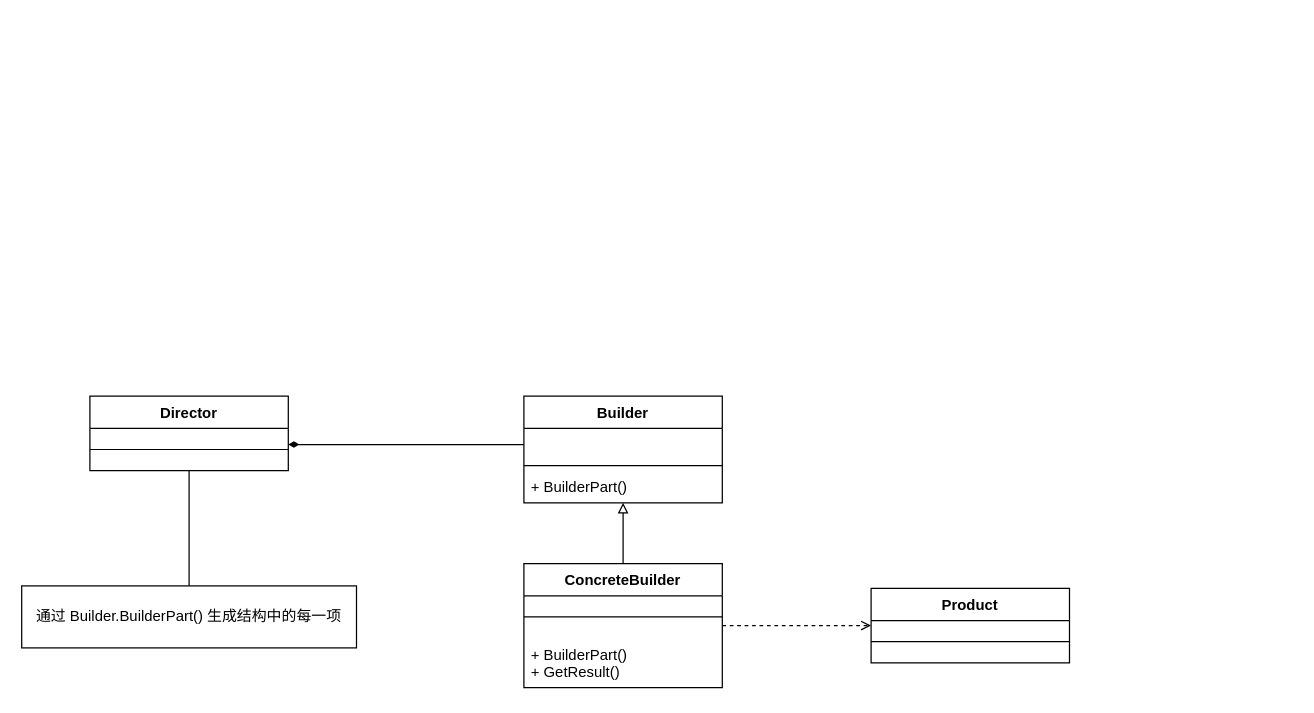
The draw.io diagram 设计模式/建造者模式（Builder）.drawio in Fuku-L/draw-io-repo, before the edit. Source tidied: cells renumbered, new cells numbered last; positions are measured from the earlier drawing's top-left corner, leaving out a move shared by most shapes. Both pictures are drawn from the tidied source at 124%, with x=0, y=0 at pixel (21, 396).
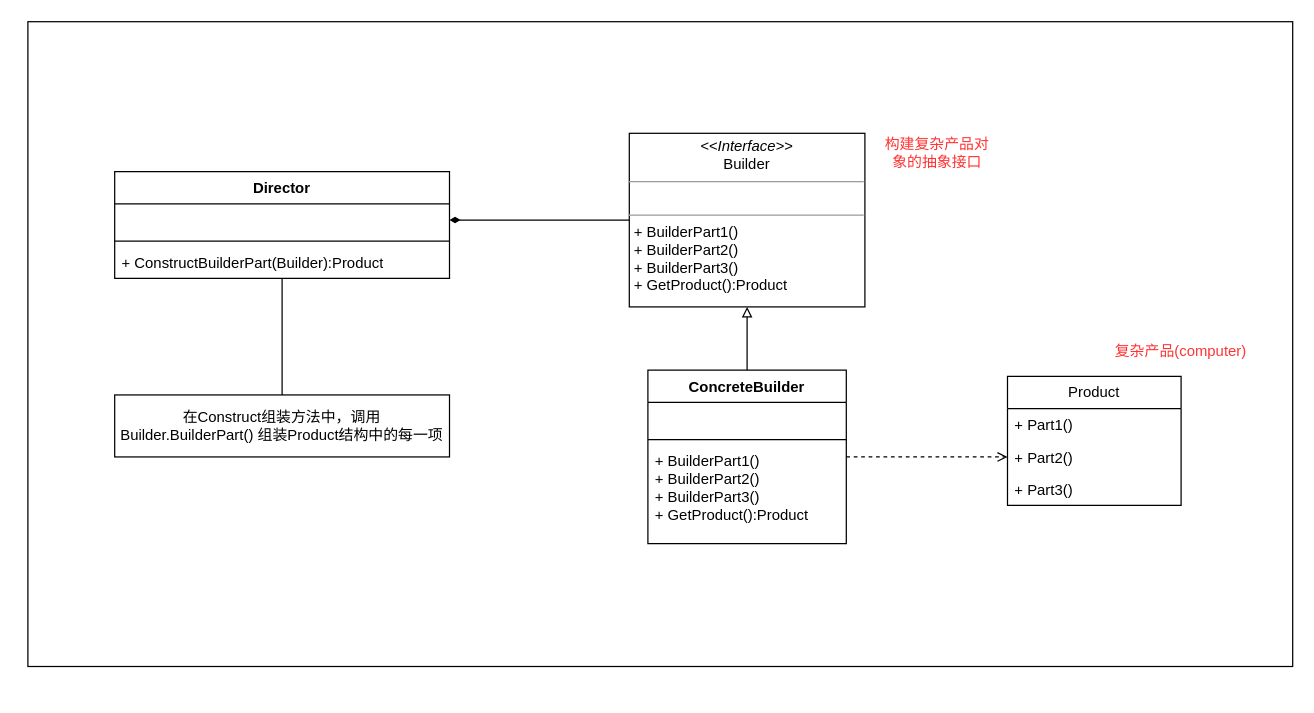
The same diagram, later.

Commit message:
更新建造者模式（Builder）.drawio

Diff of the diagram source:
```diff
@@
+    <mxCell id="18" style="rounded=0;whiteSpace=wrap;html=1;" parent="1" vertex="1">
+      <mxGeometry x="5" y="-302" width="1020" height="520" as="geometry" />
+    </mxCell>
-    <mxCell id="2" style="edgeStyle=orthogonalEdgeStyle;rounded=0;jettySize=auto;html=1;endArrow=none;endFill=0;startArrow=block;startFill=0;" parent="1" edge="1" source="3" target="8">
+    <mxCell id="2" style="edgeStyle=orthogonalEdgeStyle;rounded=0;jettySize=auto;html=1;endArrow=none;endFill=0;startArrow=block;startFill=0;exitX=0.5;exitY=1;exitDx=0;exitDy=0;" parent="1" edge="1" source="22" target="8">
       <mxGeometry relative="1" as="geometry" />
     </mxCell>
-    <mxCell id="3" value="Builder" style="swimlane;fontStyle=1;align=center;verticalAlign=top;horizontal=1;startSize=26;whiteSpace=wrap;html=1;" parent="1" vertex="1">
-      <mxGeometry x="405" width="160" height="86" as="geometry" />
-    </mxCell>
+    <mxCell id="7" style="edgeStyle=orthogonalEdgeStyle;rounded=0;jettySize=auto;html=1;dashed=1;endArrow=open;endFill=0;exitX=1;exitY=0.5;exitDx=0;exitDy=0;" parent="1" edge="1" source="8" target="25">
+      <mxGeometry relative="1" as="geometry" />
+    </mxCell>
+    <mxCell id="16" value="在Construct组装方法中，调用 Builder.BuilderPart() 组装Product结构中的每一项" style="html=1;whiteSpace=wrap;" parent="1" vertex="1">
+      <mxGeometry x="75" y="-1" width="270" height="50" as="geometry" />
+    </mxCell>
+    <mxCell id="17" style="edgeStyle=orthogonalEdgeStyle;rounded=0;jettySize=auto;html=1;exitX=0;exitY=0.5;exitDx=0;exitDy=0;entryX=1;entryY=0.5;entryDx=0;entryDy=0;endArrow=diamondThin;endFill=1;" parent="1" edge="1" source="22" target="19">
+      <mxGeometry relative="1" as="geometry" />
+    </mxCell>
+    <mxCell id="13" style="edgeStyle=orthogonalEdgeStyle;rounded=0;jettySize=auto;html=1;entryX=0.5;entryY=0;entryDx=0;entryDy=0;endArrow=none;endFill=0;" parent="1" edge="1" source="14" target="16">
+      <mxGeometry relative="1" as="geometry" />
+    </mxCell>
+    <mxCell id="14" value="Director" style="swimlane;fontStyle=1;align=center;verticalAlign=top;horizontal=1;startSize=26;whiteSpace=wrap;html=1;" parent="1" vertex="1">
+      <mxGeometry x="75" y="-181" width="270" height="86" as="geometry" />
+    </mxCell>
+    <mxCell id="19" value="&amp;nbsp;" style="text;strokeColor=none;fillColor=none;align=left;verticalAlign=top;spacingLeft=4;spacingRight=4;overflow=hidden;points=[[0,0.5],[1,0.5]];portConstraint=eastwest;whiteSpace=wrap;html=1;" parent="14" vertex="1">
+      <mxGeometry y="26" width="270" height="26" as="geometry" />
+    </mxCell>
+    <mxCell id="20" style="line;strokeWidth=1;fillColor=none;align=left;verticalAlign=middle;spacingTop=-1;spacingLeft=3;spacingRight=3;labelPosition=right;strokeColor=inherit;" parent="14" vertex="1">
+      <mxGeometry y="52" width="270" height="8" as="geometry" />
+    </mxCell>
+    <mxCell id="21" value="+ ConstructBuilderPart(Builder):Product" style="text;strokeColor=none;fillColor=none;align=left;verticalAlign=top;spacingLeft=4;spacingRight=4;overflow=hidden;whiteSpace=wrap;html=1;" parent="14" vertex="1">
+      <mxGeometry y="60" width="270" height="26" as="geometry" />
+    </mxCell>
+    <mxCell id="22" value="&lt;p style=&quot;margin:0px;margin-top:4px;text-align:center;&quot;&gt;&lt;i&gt;&amp;lt;&amp;lt;Interface&amp;gt;&amp;gt;&lt;/i&gt;&lt;br&gt;Builder&lt;br&gt;&lt;/p&gt;&lt;hr size=&quot;1&quot;&gt;&lt;p style=&quot;margin:0px;margin-left:4px;&quot;&gt;&amp;nbsp;&lt;/p&gt;&lt;hr size=&quot;1&quot;&gt;&lt;p style=&quot;margin:0px;margin-left:4px;&quot;&gt;+ BuilderPart1()&lt;br style=&quot;--tw-border-spacing-x: 0; --tw-border-spacing-y: 0; --tw-translate-x: 0; --tw-translate-y: 0; --tw-rotate: 0; --tw-skew-x: 0; --tw-skew-y: 0; --tw-scale-x: 1; --tw-scale-y: 1; --tw-pan-x: ; --tw-pan-y: ; --tw-pinch-zoom: ; --tw-scroll-snap-strictness: proximity; --tw-ordinal: ; --tw-slashed-zero: ; --tw-numeric-figure: ; --tw-numeric-spacing: ; --tw-numeric-fraction: ; --tw-ring-inset: ; --tw-ring-offset-width: 0px; --tw-ring-offset-color: #fff; --tw-ring-color: rgb(59 130 246 / 0.5); --tw-ring-offset-shadow: 0 0 #0000; --tw-ring-shadow: 0 0 #0000; --tw-shadow: 0 0 #0000; --tw-shadow-colored: 0 0 #0000; --tw-blur: ; --tw-brightness: ; --tw-contrast: ; --tw-grayscale: ; --tw-hue-rotate: ; --tw-invert: ; --tw-saturate: ; --tw-sepia: ; --tw-drop-shadow: ; --tw-backdrop-blur: ; --tw-backdrop-brightness: ; --tw-backdrop-contrast: ; --tw-backdrop-grayscale: ; --tw-backdrop-hue-rotate: ; --tw-backdrop-invert: ; --tw-backdrop-opacity: ; --tw-backdrop-saturate: ; --tw-backdrop-sepia: ; border-color: var(--border-color);&quot;&gt;+ BuilderPart2()&lt;br style=&quot;--tw-border-spacing-x: 0; --tw-border-spacing-y: 0; --tw-translate-x: 0; --tw-translate-y: 0; --tw-rotate: 0; --tw-skew-x: 0; --tw-skew-y: 0; --tw-scale-x: 1; --tw-scale-y: 1; --tw-pan-x: ; --tw-pan-y: ; --tw-pinch-zoom: ; --tw-scroll-snap-strictness: proximity; --tw-ordinal: ; --tw-slashed-zero: ; --tw-numeric-figure: ; --tw-numeric-spacing: ; --tw-numeric-fraction: ; --tw-ring-inset: ; --tw-ring-offset-width: 0px; --tw-ring-offset-color: #fff; --tw-ring-color: rgb(59 130 246 / 0.5); --tw-ring-offset-shadow: 0 0 #0000; --tw-ring-shadow: 0 0 #0000; --tw-shadow: 0 0 #0000; --tw-shadow-colored: 0 0 #0000; --tw-blur: ; --tw-brightness: ; --tw-contrast: ; --tw-grayscale: ; --tw-hue-rotate: ; --tw-invert: ; --tw-saturate: ; --tw-sepia: ; --tw-drop-shadow: ; --tw-backdrop-blur: ; --tw-backdrop-brightness: ; --tw-backdrop-contrast: ; --tw-backdrop-grayscale: ; --tw-backdrop-hue-rotate: ; --tw-backdrop-invert: ; --tw-backdrop-opacity: ; --tw-backdrop-saturate: ; --tw-backdrop-sepia: ; border-color: var(--border-color);&quot;&gt;+ BuilderPart3()&lt;br style=&quot;--tw-border-spacing-x: 0; --tw-border-spacing-y: 0; --tw-translate-x: 0; --tw-translate-y: 0; --tw-rotate: 0; --tw-skew-x: 0; --tw-skew-y: 0; --tw-scale-x: 1; --tw-scale-y: 1; --tw-pan-x: ; --tw-pan-y: ; --tw-pinch-zoom: ; --tw-scroll-snap-strictness: proximity; --tw-ordinal: ; --tw-slashed-zero: ; --tw-numeric-figure: ; --tw-numeric-spacing: ; --tw-numeric-fraction: ; --tw-ring-inset: ; --tw-ring-offset-width: 0px; --tw-ring-offset-color: #fff; --tw-ring-color: rgb(59 130 246 / 0.5); --tw-ring-offset-shadow: 0 0 #0000; --tw-ring-shadow: 0 0 #0000; --tw-shadow: 0 0 #0000; --tw-shadow-colored: 0 0 #0000; --tw-blur: ; --tw-brightness: ; --tw-contrast: ; --tw-grayscale: ; --tw-hue-rotate: ; --tw-invert: ; --tw-saturate: ; --tw-sepia: ; --tw-drop-shadow: ; --tw-backdrop-blur: ; --tw-backdrop-brightness: ; --tw-backdrop-contrast: ; --tw-backdrop-grayscale: ; --tw-backdrop-hue-rotate: ; --tw-backdrop-invert: ; --tw-backdrop-opacity: ; --tw-backdrop-saturate: ; --tw-backdrop-sepia: ; border-color: var(--border-color);&quot;&gt;+ GetProduct():Product&lt;br&gt;&lt;/p&gt;" style="verticalAlign=top;align=left;overflow=fill;fontSize=12;fontFamily=Helvetica;html=1;whiteSpace=wrap;" parent="1" vertex="1">
+      <mxGeometry x="490" y="-212" width="190" height="140" as="geometry" />
+    </mxCell>
+    <mxCell id="8" value="ConcreteBuilder" style="swimlane;fontStyle=1;align=center;verticalAlign=top;horizontal=1;startSize=26;whiteSpace=wrap;html=1;" parent="1" vertex="1">
+      <mxGeometry x="505" y="-21" width="160" height="140" as="geometry" />
+    </mxCell>
-    <mxCell id="4" value="&amp;nbsp;" style="text;strokeColor=none;fillColor=none;align=left;verticalAlign=top;spacingLeft=4;spacingRight=4;overflow=hidden;points=[[0,0.5],[1,0.5]];portConstraint=eastwest;whiteSpace=wrap;html=1;" parent="3" vertex="1">
+    <mxCell id="4" value="&amp;nbsp;" style="text;strokeColor=none;fillColor=none;align=left;verticalAlign=top;spacingLeft=4;spacingRight=4;overflow=hidden;points=[[0,0.5],[1,0.5]];portConstraint=eastwest;whiteSpace=wrap;html=1;" parent="8" vertex="1">
       <mxGeometry y="26" width="160" height="26" as="geometry" />
     </mxCell>
-    <mxCell id="5" style="line;strokeWidth=1;fillColor=none;align=left;verticalAlign=middle;spacingTop=-1;spacingLeft=3;spacingRight=3;labelPosition=right;strokeColor=inherit;" parent="3" vertex="1">
+    <mxCell id="5" style="line;strokeWidth=1;fillColor=none;align=left;verticalAlign=middle;spacingTop=-1;spacingLeft=3;spacingRight=3;labelPosition=right;strokeColor=inherit;" parent="8" vertex="1">
       <mxGeometry y="52" width="160" height="8" as="geometry" />
     </mxCell>
-    <mxCell id="6" value="+ BuilderPart()" style="text;strokeColor=none;fillColor=none;align=left;verticalAlign=top;spacingLeft=4;spacingRight=4;overflow=hidden;whiteSpace=wrap;html=1;" parent="3" vertex="1">
-      <mxGeometry y="60" width="160" height="26" as="geometry" />
-    </mxCell>
-    <mxCell id="7" style="edgeStyle=orthogonalEdgeStyle;rounded=0;jettySize=auto;html=1;entryX=0;entryY=0.5;entryDx=0;entryDy=0;dashed=1;endArrow=open;endFill=0;" parent="1" edge="1" source="8" target="11">
-      <mxGeometry relative="1" as="geometry" />
-    </mxCell>
-    <mxCell id="8" value="ConcreteBuilder" style="swimlane;fontStyle=1;align=center;verticalAlign=top;horizontal=1;startSize=26;whiteSpace=wrap;html=1;" parent="1" vertex="1">
-      <mxGeometry x="405" y="135" width="160" height="100" as="geometry" />
-    </mxCell>
-    <mxCell id="9" style="line;strokeWidth=1;fillColor=none;align=left;verticalAlign=middle;spacingTop=-1;spacingLeft=3;spacingRight=3;labelPosition=right;strokeColor=inherit;" parent="8" vertex="1">
-      <mxGeometry y="26" width="160" height="34" as="geometry" />
-    </mxCell>
-    <mxCell id="10" value="+ BuilderPart()&lt;br&gt;+ GetResult()" style="text;strokeColor=none;fillColor=none;align=left;verticalAlign=top;spacingLeft=4;spacingRight=4;overflow=hidden;whiteSpace=wrap;html=1;" parent="8" vertex="1">
-      <mxGeometry y="60" width="160" height="40" as="geometry" />
-    </mxCell>
+    <mxCell id="23" value="+ BuilderPart1()&lt;br style=&quot;--tw-border-spacing-x: 0; --tw-border-spacing-y: 0; --tw-translate-x: 0; --tw-translate-y: 0; --tw-rotate: 0; --tw-skew-x: 0; --tw-skew-y: 0; --tw-scale-x: 1; --tw-scale-y: 1; --tw-pan-x: ; --tw-pan-y: ; --tw-pinch-zoom: ; --tw-scroll-snap-strictness: proximity; --tw-ordinal: ; --tw-slashed-zero: ; --tw-numeric-figure: ; --tw-numeric-spacing: ; --tw-numeric-fraction: ; --tw-ring-inset: ; --tw-ring-offset-width: 0px; --tw-ring-offset-color: #fff; --tw-ring-color: rgb(59 130 246 / 0.5); --tw-ring-offset-shadow: 0 0 #0000; --tw-ring-shadow: 0 0 #0000; --tw-shadow: 0 0 #0000; --tw-shadow-colored: 0 0 #0000; --tw-blur: ; --tw-brightness: ; --tw-contrast: ; --tw-grayscale: ; --tw-hue-rotate: ; --tw-invert: ; --tw-saturate: ; --tw-sepia: ; --tw-drop-shadow: ; --tw-backdrop-blur: ; --tw-backdrop-brightness: ; --tw-backdrop-contrast: ; --tw-backdrop-grayscale: ; --tw-backdrop-hue-rotate: ; --tw-backdrop-invert: ; --tw-backdrop-opacity: ; --tw-backdrop-saturate: ; --tw-backdrop-sepia: ; border-color: var(--border-color);&quot;&gt;+ BuilderPart2()&lt;br style=&quot;--tw-border-spacing-x: 0; --tw-border-spacing-y: 0; --tw-translate-x: 0; --tw-translate-y: 0; --tw-rotate: 0; --tw-skew-x: 0; --tw-skew-y: 0; --tw-scale-x: 1; --tw-scale-y: 1; --tw-pan-x: ; --tw-pan-y: ; --tw-pinch-zoom: ; --tw-scroll-snap-strictness: proximity; --tw-ordinal: ; --tw-slashed-zero: ; --tw-numeric-figure: ; --tw-numeric-spacing: ; --tw-numeric-fraction: ; --tw-ring-inset: ; --tw-ring-offset-width: 0px; --tw-ring-offset-color: #fff; --tw-ring-color: rgb(59 130 246 / 0.5); --tw-ring-offset-shadow: 0 0 #0000; --tw-ring-shadow: 0 0 #0000; --tw-shadow: 0 0 #0000; --tw-shadow-colored: 0 0 #0000; --tw-blur: ; --tw-brightness: ; --tw-contrast: ; --tw-grayscale: ; --tw-hue-rotate: ; --tw-invert: ; --tw-saturate: ; --tw-sepia: ; --tw-drop-shadow: ; --tw-backdrop-blur: ; --tw-backdrop-brightness: ; --tw-backdrop-contrast: ; --tw-backdrop-grayscale: ; --tw-backdrop-hue-rotate: ; --tw-backdrop-invert: ; --tw-backdrop-opacity: ; --tw-backdrop-saturate: ; --tw-backdrop-sepia: ; border-color: var(--border-color);&quot;&gt;+ BuilderPart3()&lt;br style=&quot;--tw-border-spacing-x: 0; --tw-border-spacing-y: 0; --tw-translate-x: 0; --tw-translate-y: 0; --tw-rotate: 0; --tw-skew-x: 0; --tw-skew-y: 0; --tw-scale-x: 1; --tw-scale-y: 1; --tw-pan-x: ; --tw-pan-y: ; --tw-pinch-zoom: ; --tw-scroll-snap-strictness: proximity; --tw-ordinal: ; --tw-slashed-zero: ; --tw-numeric-figure: ; --tw-numeric-spacing: ; --tw-numeric-fraction: ; --tw-ring-inset: ; --tw-ring-offset-width: 0px; --tw-ring-offset-color: #fff; --tw-ring-color: rgb(59 130 246 / 0.5); --tw-ring-offset-shadow: 0 0 #0000; --tw-ring-shadow: 0 0 #0000; --tw-shadow: 0 0 #0000; --tw-shadow-colored: 0 0 #0000; --tw-blur: ; --tw-brightness: ; --tw-contrast: ; --tw-grayscale: ; --tw-hue-rotate: ; --tw-invert: ; --tw-saturate: ; --tw-sepia: ; --tw-drop-shadow: ; --tw-backdrop-blur: ; --tw-backdrop-brightness: ; --tw-backdrop-contrast: ; --tw-backdrop-grayscale: ; --tw-backdrop-hue-rotate: ; --tw-backdrop-invert: ; --tw-backdrop-opacity: ; --tw-backdrop-saturate: ; --tw-backdrop-sepia: ; border-color: var(--border-color);&quot;&gt;+ GetProduct():Product" style="text;strokeColor=none;fillColor=none;align=left;verticalAlign=top;spacingLeft=4;spacingRight=4;overflow=hidden;whiteSpace=wrap;html=1;" parent="8" vertex="1">
+      <mxGeometry y="60" width="160" height="80" as="geometry" />
+    </mxCell>
-    <mxCell id="11" value="Product" style="swimlane;fontStyle=1;align=center;verticalAlign=top;horizontal=1;startSize=26;whiteSpace=wrap;html=1;" parent="1" vertex="1">
-      <mxGeometry x="685" y="155" width="160" height="60" as="geometry" />
+    <mxCell id="11" value="Product" style="swimlane;fontStyle=0;horizontal=1;startSize=26;fillColor=none;whiteSpace=wrap;html=1;" parent="1" vertex="1">
+      <mxGeometry x="795" y="-16" width="140" height="104" as="geometry" />
     </mxCell>
-    <mxCell id="12" style="line;strokeWidth=1;fillColor=none;align=left;verticalAlign=middle;spacingTop=-1;spacingLeft=3;spacingRight=3;labelPosition=right;strokeColor=inherit;" parent="11" vertex="1">
-      <mxGeometry y="26" width="160" height="34" as="geometry" />
-    </mxCell>
-    <mxCell id="13" style="edgeStyle=orthogonalEdgeStyle;rounded=0;jettySize=auto;html=1;entryX=0.5;entryY=0;entryDx=0;entryDy=0;endArrow=none;endFill=0;" parent="1" edge="1" source="14" target="16">
-      <mxGeometry relative="1" as="geometry" />
-    </mxCell>
-    <mxCell id="14" value="Director" style="swimlane;fontStyle=1;align=center;verticalAlign=top;horizontal=1;startSize=26;whiteSpace=wrap;html=1;" parent="1" vertex="1">
-      <mxGeometry x="55" width="160" height="60" as="geometry" />
-    </mxCell>
-    <mxCell id="15" style="line;strokeWidth=1;fillColor=none;align=left;verticalAlign=middle;spacingTop=-1;spacingLeft=3;spacingRight=3;labelPosition=right;strokeColor=inherit;" parent="14" vertex="1">
-      <mxGeometry y="26" width="160" height="34" as="geometry" />
-    </mxCell>
-    <mxCell id="16" value="通过 Builder.BuilderPart() 生成结构中的每一项" style="html=1;whiteSpace=wrap;" parent="1" vertex="1">
-      <mxGeometry y="153" width="270" height="50" as="geometry" />
-    </mxCell>
-    <mxCell id="17" style="edgeStyle=orthogonalEdgeStyle;rounded=0;jettySize=auto;html=1;exitX=0;exitY=0.5;exitDx=0;exitDy=0;entryX=1;entryY=0.5;entryDx=0;entryDy=0;endArrow=diamondThin;endFill=1;" parent="1" edge="1" source="4">
-      <mxGeometry relative="1" as="geometry">
-        <mxPoint x="215" y="39" as="targetPoint" />
-      </mxGeometry>
-    </mxCell>
+    <mxCell id="24" value="+ Part1()" style="text;strokeColor=none;fillColor=none;align=left;verticalAlign=top;spacingLeft=4;spacingRight=4;overflow=hidden;whiteSpace=wrap;html=1;" parent="11" vertex="1">
+      <mxGeometry y="26" width="140" height="26" as="geometry" />
+    </mxCell>
+    <mxCell id="25" value="+ Part2()" style="text;strokeColor=none;fillColor=none;align=left;verticalAlign=top;spacingLeft=4;spacingRight=4;overflow=hidden;points=[[0,0.5],[1,0.5]];portConstraint=eastwest;whiteSpace=wrap;html=1;" parent="11" vertex="1">
+      <mxGeometry y="52" width="140" height="26" as="geometry" />
+    </mxCell>
+    <mxCell id="26" value="+ Part3()" style="text;strokeColor=none;fillColor=none;align=left;verticalAlign=top;spacingLeft=4;spacingRight=4;overflow=hidden;whiteSpace=wrap;html=1;" parent="11" vertex="1">
+      <mxGeometry y="78" width="140" height="26" as="geometry" />
+    </mxCell>
+    <mxCell id="27" value="复杂产品(computer)" style="text;html=1;strokeColor=none;fillColor=none;align=center;verticalAlign=middle;whiteSpace=wrap;rounded=0;fontColor=#FF3333;" parent="1" vertex="1">
+      <mxGeometry x="865" y="-62" width="140" height="51" as="geometry" />
+    </mxCell>
+    <mxCell id="28" value="构建复杂产品对象的抽象接口" style="text;html=1;strokeColor=none;fillColor=none;align=center;verticalAlign=middle;whiteSpace=wrap;rounded=0;fontColor=#FF3333;" parent="1" vertex="1">
+      <mxGeometry x="692" y="-211" width="93" height="30" as="geometry" />
+    </mxCell>
```
